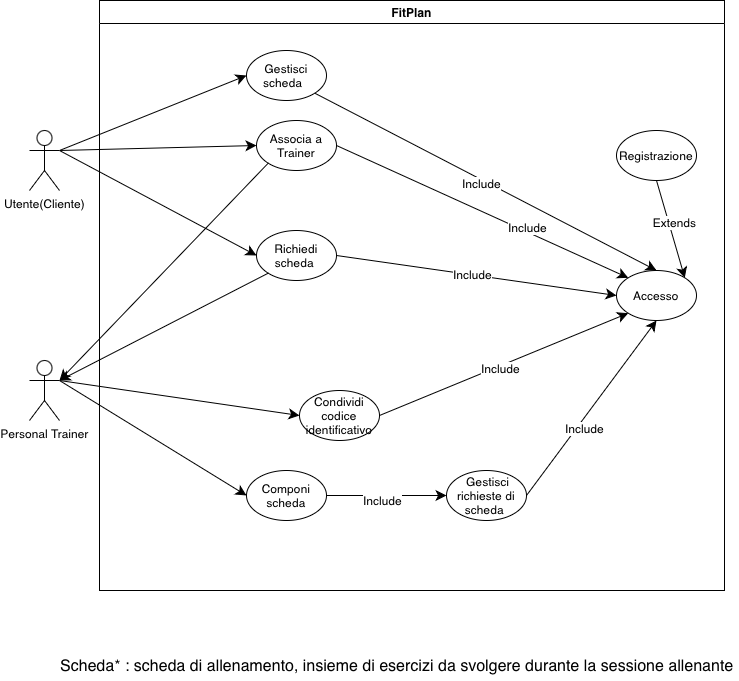
Before: UseCaseDiagram/UseCaseDiagram.drawio.png, a diagram exported from draw.io (FedericoSib/FitPlan). Source tidied: cells renumbered, new cells last; positions are measured from the earlier drawing's top-left corner, leaving out a move shared by most shapes.
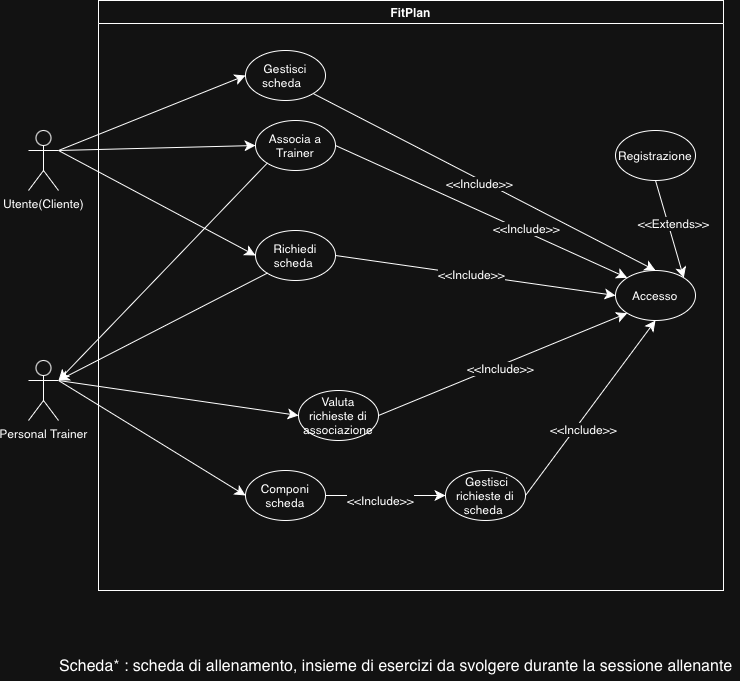
Later version of the same file.

The edit, as a diff of the source:
```diff
@@ -11,7 +11,7 @@
     <mxCell id="4" value="Gestisci scheda &amp;nbsp;" style="ellipse;whiteSpace=wrap;html=1;" parent="2" vertex="1">
       <mxGeometry x="147" y="50" width="80" height="50" as="geometry" />
     </mxCell>
-    <mxCell id="5" value="Condividi codice identificativo" style="ellipse;whiteSpace=wrap;html=1;" parent="2" vertex="1">
+    <mxCell id="5" value="Valuta richieste di associazione" style="ellipse;whiteSpace=wrap;html=1;" parent="2" vertex="1">
       <mxGeometry x="200" y="390" width="80" height="50" as="geometry" />
     </mxCell>
     <mxCell id="6" value="Richiedi scheda&amp;nbsp;" style="ellipse;whiteSpace=wrap;html=1;" parent="2" vertex="1">
@@ -29,7 +29,7 @@
     <mxCell id="10" style="edgeStyle=none;jettySize=auto;html=1;rounded=0;fontSize=12;startSize=8;endSize=8;curved=1;entryX=0;entryY=0.5;entryDx=0;entryDy=0;exitX=1;exitY=0.5;exitDx=0;exitDy=0;" parent="2" edge="1" source="8" target="9">
       <mxGeometry relative="1" as="geometry" />
     </mxCell>
-    <mxCell id="11" value="Include" style="edgeLabel;html=1;align=center;verticalAlign=middle;fontSize=12;" parent="10" vertex="1">
+    <mxCell id="11" value="&amp;lt;&amp;lt;Include&amp;gt;&amp;gt;" style="edgeLabel;html=1;align=center;verticalAlign=middle;fontSize=12;" parent="10" vertex="1">
       <mxGeometry x="-0.07" y="-4" relative="1" as="geometry">
         <mxPoint x="-1" as="offset" />
       </mxGeometry>
@@ -37,31 +37,31 @@
     <mxCell id="12" style="edgeStyle=none;jettySize=auto;html=1;rounded=0;fontSize=12;startSize=8;endSize=8;curved=1;exitX=1;exitY=0.5;exitDx=0;exitDy=0;entryX=0;entryY=1;entryDx=0;entryDy=0;" parent="2" edge="1" source="5" target="3">
       <mxGeometry relative="1" as="geometry" />
     </mxCell>
-    <mxCell id="13" value="Include" style="edgeLabel;html=1;align=center;verticalAlign=middle;fontSize=12;" parent="12" vertex="1">
+    <mxCell id="13" value="&amp;lt;&amp;lt;Include&amp;gt;&amp;gt;" style="edgeLabel;html=1;align=center;verticalAlign=middle;fontSize=12;" parent="12" vertex="1">
       <mxGeometry x="-0.03" y="-2" relative="1" as="geometry" />
     </mxCell>
     <mxCell id="14" style="edgeStyle=none;jettySize=auto;html=1;rounded=0;fontSize=12;startSize=8;endSize=8;curved=1;exitX=1;exitY=0.5;exitDx=0;exitDy=0;entryX=0.5;entryY=1;entryDx=0;entryDy=0;" parent="2" edge="1" source="9" target="3">
       <mxGeometry relative="1" as="geometry" />
     </mxCell>
-    <mxCell id="15" value="Include" style="edgeLabel;html=1;align=center;verticalAlign=middle;fontSize=12;" parent="14" vertex="1">
+    <mxCell id="15" value="&amp;lt;&amp;lt;Include&amp;gt;&amp;gt;" style="edgeLabel;html=1;align=center;verticalAlign=middle;fontSize=12;" parent="14" vertex="1">
       <mxGeometry x="-0.19" y="-6" relative="1" as="geometry" />
     </mxCell>
     <mxCell id="16" style="edgeStyle=none;jettySize=auto;html=1;rounded=0;fontSize=12;startSize=8;endSize=8;curved=1;entryX=0;entryY=0.5;entryDx=0;entryDy=0;exitX=1;exitY=0.5;exitDx=0;exitDy=0;" parent="2" edge="1" source="6" target="3">
       <mxGeometry relative="1" as="geometry" />
     </mxCell>
-    <mxCell id="17" value="Include" style="edgeLabel;html=1;align=center;verticalAlign=middle;fontSize=12;" parent="16" vertex="1">
+    <mxCell id="17" value="&amp;lt;&amp;lt;Include&amp;gt;&amp;gt;" style="edgeLabel;html=1;align=center;verticalAlign=middle;fontSize=12;" parent="16" vertex="1">
       <mxGeometry x="-0.03" y="1" relative="1" as="geometry" />
     </mxCell>
     <mxCell id="18" style="edgeStyle=none;jettySize=auto;html=1;rounded=0;fontSize=12;startSize=8;endSize=8;curved=1;exitX=1;exitY=0.5;exitDx=0;exitDy=0;entryX=0;entryY=0;entryDx=0;entryDy=0;" parent="2" edge="1" source="7" target="3">
       <mxGeometry relative="1" as="geometry" />
     </mxCell>
-    <mxCell id="19" value="Include" style="edgeLabel;html=1;align=center;verticalAlign=middle;fontSize=12;" parent="18" vertex="1">
+    <mxCell id="19" value="&amp;lt;&amp;lt;Include&amp;gt;&amp;gt;" style="edgeLabel;html=1;align=center;verticalAlign=middle;fontSize=12;" parent="18" vertex="1">
       <mxGeometry x="0.29" y="4" relative="1" as="geometry" />
     </mxCell>
     <mxCell id="20" style="edgeStyle=none;jettySize=auto;html=1;rounded=0;fontSize=12;startSize=8;endSize=8;curved=1;exitX=1;exitY=1;exitDx=0;exitDy=0;entryX=0.5;entryY=0;entryDx=0;entryDy=0;" parent="2" edge="1" source="4" target="3">
       <mxGeometry relative="1" as="geometry" />
     </mxCell>
-    <mxCell id="21" value="Include" style="edgeLabel;html=1;align=center;verticalAlign=middle;fontSize=12;" parent="20" vertex="1">
+    <mxCell id="21" value="&amp;lt;&amp;lt;Include&amp;gt;&amp;gt;" style="edgeLabel;html=1;align=center;verticalAlign=middle;fontSize=12;" parent="20" vertex="1">
       <mxGeometry x="-0.02" y="-4" relative="1" as="geometry">
         <mxPoint y="-1" as="offset" />
       </mxGeometry>
@@ -72,7 +72,7 @@
     <mxCell id="23" style="edgeStyle=none;jettySize=auto;html=1;rounded=0;fontSize=12;startSize=8;endSize=8;curved=1;entryX=1;entryY=0;entryDx=0;entryDy=0;exitX=0.5;exitY=1;exitDx=0;exitDy=0;" parent="2" edge="1" source="22" target="3">
       <mxGeometry relative="1" as="geometry" />
     </mxCell>
-    <mxCell id="24" value="Extends" style="edgeLabel;html=1;align=center;verticalAlign=middle;fontSize=12;" parent="23" vertex="1">
+    <mxCell id="24" value="&amp;lt;&amp;lt;Extends&amp;gt;&amp;gt;" style="edgeLabel;html=1;align=center;verticalAlign=middle;fontSize=12;" parent="23" vertex="1">
       <mxGeometry x="-0.12" y="5" relative="1" as="geometry" />
     </mxCell>
     <mxCell id="25" value="Utente(Cliente)" style="shape=umlActor;verticalLabelPosition=bottom;verticalAlign=top;html=1;outlineConnect=0;" parent="1" vertex="1">
```
